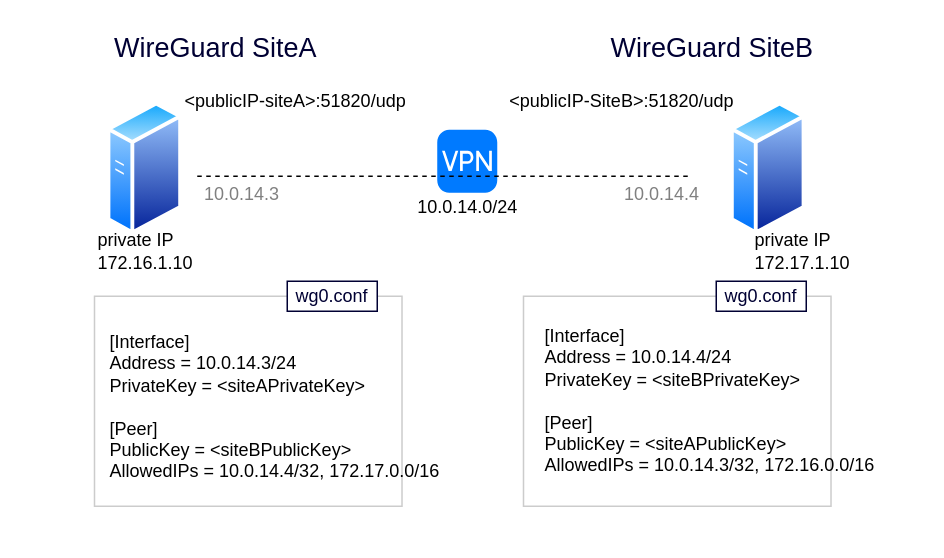
Earlier version of the draw.io diagram diagrams/ubuntu-wireguard-site-to-site.drawio (fabianlee/blogcode). Source tidied: cells renumbered, new cells numbered last; positions are measured from the earlier drawing's top-left corner, leaving out a move shared by most shapes. Both pictures are drawn from the tidied source at 150%, with x=0, y=0 at pixel (94, 26).
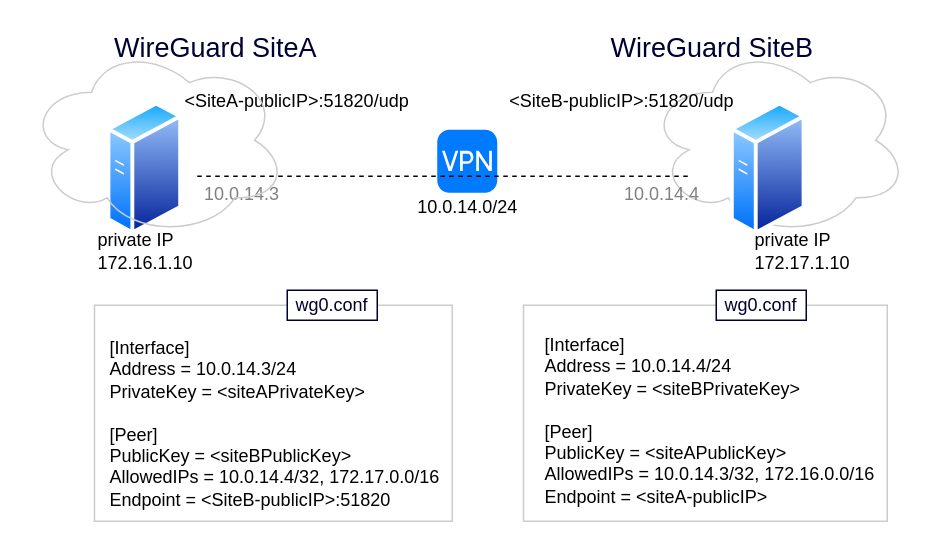
Above is the later version.

The edit, as a diff of the source:
```diff
@@
+    <mxCell id="21" style="ellipse;shape=cloud;whiteSpace=wrap;html=1;align=right;strokeColor=#CCCCCC;fillColor=none;" parent="1" vertex="1">
+      <mxGeometry x="368" y="12" width="174" height="128" as="geometry" />
+    </mxCell>
     <mxCell id="2" style="rounded=0;whiteSpace=wrap;html=1;strokeColor=#CCCCCC;" parent="1" vertex="1">
-      <mxGeometry x="285.5" y="180" width="205" height="140" as="geometry" />
+      <mxGeometry x="285.5" y="186" width="242.5" height="144" as="geometry" />
     </mxCell>
     <mxCell id="3" value="wg0.conf" style="rounded=0;whiteSpace=wrap;html=1;align=center;strokeColor=#000033;fontColor=#000033;" parent="1" vertex="1">
-      <mxGeometry x="414" y="170" width="60" height="20" as="geometry" />
+      <mxGeometry x="414" y="176" width="60" height="20" as="geometry" />
     </mxCell>
     <mxCell id="4" style="rounded=0;whiteSpace=wrap;html=1;strokeColor=#CCCCCC;" parent="1" vertex="1">
-      <mxGeometry x="-0.5" y="180" width="205" height="140" as="geometry" />
+      <mxGeometry x="-0.5" y="186" width="238.5" height="144" as="geometry" />
     </mxCell>
@@
-    <mxCell id="12" value="&lt;div&gt;[Interface]&lt;/div&gt;&lt;div&gt;Address = 10.0.14.3/24&lt;/div&gt;&lt;div&gt;PrivateKey = &amp;lt;siteAPrivateKey&amp;gt;&lt;/div&gt;&lt;div&gt;&lt;br&gt;&lt;/div&gt;&lt;div&gt;[Peer]&lt;/div&gt;&lt;div&gt;PublicKey = &amp;lt;siteBPublicKey&amp;gt;&lt;/div&gt;&lt;div&gt;AllowedIPs = 10.0.14.4/32, 172.17.0.0/16&lt;br&gt;&lt;/div&gt;&lt;div&gt;&lt;br&gt;&lt;/div&gt;" style="text;html=1;strokeColor=none;fillColor=none;align=left;verticalAlign=top;whiteSpace=wrap;rounded=0;" parent="1" vertex="1">
-      <mxGeometry x="8" y="197" width="230" height="110" as="geometry" />
+    <mxCell id="12" value="&lt;div&gt;[Interface]&lt;/div&gt;&lt;div&gt;Address = 10.0.14.3/24&lt;/div&gt;&lt;div&gt;PrivateKey = &amp;lt;siteAPrivateKey&amp;gt;&lt;/div&gt;&lt;div&gt;&lt;br&gt;&lt;/div&gt;&lt;div&gt;[Peer]&lt;/div&gt;&lt;div&gt;PublicKey = &amp;lt;siteBPublicKey&amp;gt;&lt;/div&gt;&lt;div&gt;AllowedIPs = 10.0.14.4/32, 172.17.0.0/16&lt;/div&gt;&lt;div&gt;Endpoint = &amp;lt;SiteB-publicIP&amp;gt;:51820&lt;br&gt;&lt;/div&gt;&lt;div&gt;&lt;br&gt;&lt;/div&gt;" style="text;html=1;strokeColor=none;fillColor=none;align=left;verticalAlign=top;whiteSpace=wrap;rounded=0;" parent="1" vertex="1">
+      <mxGeometry x="8" y="201" width="230" height="110" as="geometry" />
     </mxCell>
-    <mxCell id="13" value="&lt;div&gt;&amp;lt;publicIP-siteA&amp;gt;:51820/udp&lt;/div&gt;" style="text;html=1;strokeColor=none;fillColor=none;align=left;verticalAlign=middle;whiteSpace=wrap;rounded=0;" parent="1" vertex="1">
+    <mxCell id="13" value="&lt;div&gt;&amp;lt;SiteA-publicIP&amp;gt;:51820/udp&lt;/div&gt;" style="text;html=1;strokeColor=none;fillColor=none;align=left;verticalAlign=middle;whiteSpace=wrap;rounded=0;" parent="1" vertex="1">
       <mxGeometry x="58.4" y="40" width="159.6" height="20" as="geometry" />
     </mxCell>
-    <mxCell id="14" value="&lt;div&gt;[Interface]&lt;/div&gt;&lt;div&gt;Address = 10.0.14.4/24&lt;/div&gt;&lt;div&gt;PrivateKey = &amp;lt;siteBPrivateKey&amp;gt;&lt;/div&gt;&lt;div&gt;&lt;br&gt;&lt;/div&gt;&lt;div&gt;[Peer]&lt;/div&gt;&lt;div&gt;PublicKey = &amp;lt;siteAPublicKey&amp;gt;&lt;/div&gt;&lt;div&gt;AllowedIPs = 10.0.14.3/32, 172.16.0.0/16&lt;/div&gt;&lt;div&gt;&lt;br&gt;&lt;/div&gt;" style="text;html=1;fillColor=none;align=left;verticalAlign=top;whiteSpace=wrap;rounded=0;perimeterSpacing=0;" parent="1" vertex="1">
-      <mxGeometry x="298" y="193" width="250" height="110" as="geometry" />
+    <mxCell id="14" value="&lt;div&gt;[Interface]&lt;/div&gt;&lt;div&gt;Address = 10.0.14.4/24&lt;/div&gt;&lt;div&gt;PrivateKey = &amp;lt;siteBPrivateKey&amp;gt;&lt;/div&gt;&lt;div&gt;&lt;br&gt;&lt;/div&gt;&lt;div&gt;[Peer]&lt;/div&gt;&lt;div&gt;PublicKey = &amp;lt;siteAPublicKey&amp;gt;&lt;/div&gt;&lt;div&gt;AllowedIPs = 10.0.14.3/32, 172.16.0.0/16&lt;/div&gt;&lt;div&gt;Endpoint = &amp;lt;siteA-publicIP&amp;gt;&lt;br&gt;&lt;/div&gt;&lt;div&gt;&lt;br&gt;&lt;/div&gt;" style="text;html=1;fillColor=none;align=left;verticalAlign=top;whiteSpace=wrap;rounded=0;perimeterSpacing=0;" parent="1" vertex="1">
+      <mxGeometry x="298" y="199" width="250" height="110" as="geometry" />
     </mxCell>
     <mxCell id="15" value="wg0.conf" style="rounded=0;whiteSpace=wrap;html=1;align=center;strokeColor=#000033;fontColor=#000033;" parent="1" vertex="1">
-      <mxGeometry x="128" y="170" width="60" height="20" as="geometry" />
+      <mxGeometry x="128" y="176" width="60" height="20" as="geometry" />
     </mxCell>
@@
-    <mxCell id="19" value="&lt;div&gt;&amp;lt;publicIP-SiteB&amp;gt;:51820/udp&lt;/div&gt;" style="text;html=1;strokeColor=none;fillColor=none;align=right;verticalAlign=middle;whiteSpace=wrap;rounded=0;" parent="1" vertex="1">
+    <mxCell id="19" value="&lt;div&gt;&amp;lt;SiteB-publicIP&amp;gt;:51820/udp&lt;/div&gt;" style="text;html=1;strokeColor=none;fillColor=none;align=right;verticalAlign=middle;whiteSpace=wrap;rounded=0;" parent="1" vertex="1">
       <mxGeometry x="258" y="40" width="169.6" height="20" as="geometry" />
     </mxCell>
@@
+    <mxCell id="22" style="ellipse;shape=cloud;whiteSpace=wrap;html=1;align=right;strokeColor=#CCCCCC;fillColor=none;" parent="1" vertex="1">
+      <mxGeometry x="-46" y="12" width="174" height="128" as="geometry" />
+    </mxCell>
```
